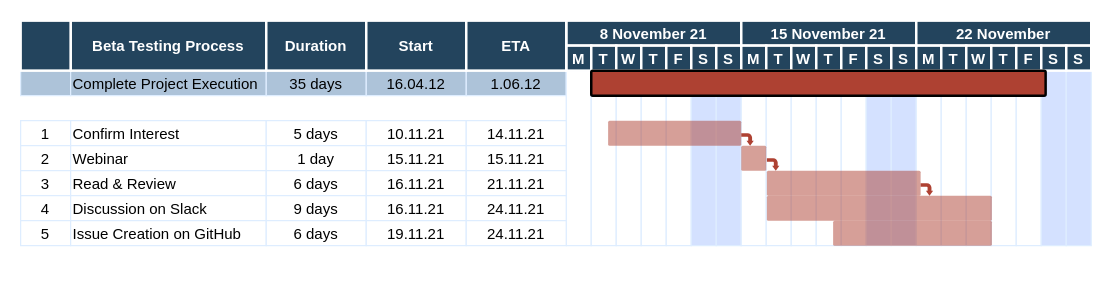
ohikendoit/data_architect_foundation keeps this draw.io diagram as gantt.drawio. Above is the earlier version. Source tidied: cells renumbered, new cells numbered last; positions are measured from the earlier drawing's top-left corner, leaving out a move shared by most shapes. Both pictures are drawn from the tidied source at 125%, with x=0, y=0 at pixel (20, 20).
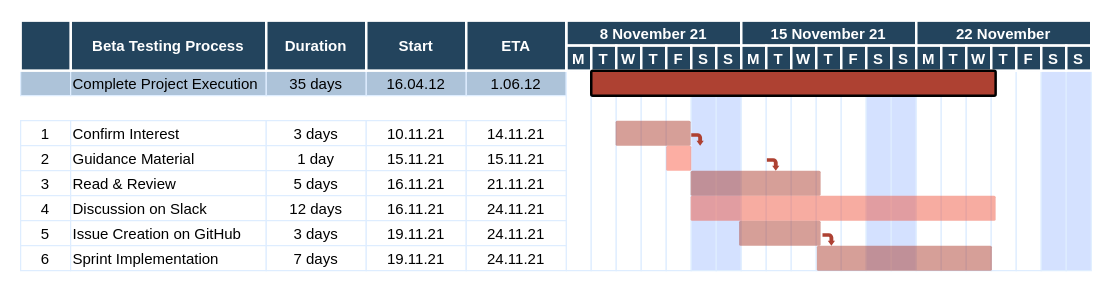
The same page after the edit.

The edit, as a diff of the source:
```diff
@@
     <mxCell id="7" style="strokeColor=#DEEDFF;" parent="1" vertex="1">
-      <mxGeometry x="436.5" y="40" width="20" height="140" as="geometry" />
+      <mxGeometry x="436.5" y="40" width="20" height="160" as="geometry" />
     </mxCell>
@@
-    <mxCell id="10" value="5 days" style="strokeColor=#DEEDFF;" parent="1" vertex="1">
+    <mxCell id="10" value="3 days" style="strokeColor=#DEEDFF;" parent="1" vertex="1">
       <mxGeometry x="196.5" y="80" width="80" height="20" as="geometry" />
     </mxCell>
@@
-    <mxCell id="14" value="Webinar" style="align=left;strokeColor=#DEEDFF;" parent="1" vertex="1">
+    <mxCell id="14" value="Guidance Material" style="align=left;strokeColor=#DEEDFF;" parent="1" vertex="1">
       <mxGeometry x="40" y="100" width="156.5" height="20" as="geometry" />
     </mxCell>
@@
-    <mxCell id="20" value="6 days" style="strokeColor=#DEEDFF;" parent="1" vertex="1">
+    <mxCell id="20" value="5 days" style="strokeColor=#DEEDFF;" parent="1" vertex="1">
       <mxGeometry x="196.5" y="120" width="80" height="20" as="geometry" />
     </mxCell>
@@
-    <mxCell id="25" value="9 days" style="strokeColor=#DEEDFF;" parent="1" vertex="1">
+    <mxCell id="25" value="12 days" style="strokeColor=#DEEDFF;" parent="1" vertex="1">
       <mxGeometry x="196.5" y="140" width="80" height="20" as="geometry" />
     </mxCell>
@@
-    <mxCell id="30" value="6 days" style="strokeColor=#DEEDFF;" parent="1" vertex="1">
+    <mxCell id="30" value="3 days" style="strokeColor=#DEEDFF;" parent="1" vertex="1">
       <mxGeometry x="196.5" y="160" width="80" height="20" as="geometry" />
     </mxCell>
@@
     <mxCell id="33" style="strokeColor=#DEEDFF;" parent="1" vertex="1">
-      <mxGeometry x="456.5" y="40" width="20" height="140" as="geometry" />
+      <mxGeometry x="456.5" y="40" width="20" height="160" as="geometry" />
     </mxCell>
     <mxCell id="34" style="strokeColor=#DEEDFF;" parent="1" vertex="1">
-      <mxGeometry x="476.5" y="40" width="20" height="140" as="geometry" />
+      <mxGeometry x="476.5" y="40" width="20" height="160" as="geometry" />
     </mxCell>
     <mxCell id="35" style="strokeColor=#DEEDFF;" parent="1" vertex="1">
-      <mxGeometry x="496.5" y="40" width="20" height="140" as="geometry" />
+      <mxGeometry x="496.5" y="40" width="20" height="160" as="geometry" />
     </mxCell>
     <mxCell id="36" style="strokeColor=#DEEDFF;" parent="1" vertex="1">
-      <mxGeometry x="516.5" y="40" width="20" height="140" as="geometry" />
+      <mxGeometry x="516.5" y="40" width="20" height="160" as="geometry" />
     </mxCell>
     <mxCell id="37" style="strokeColor=#DEEDFF;fillColor=#D4E1FF;" parent="1" vertex="1">
-      <mxGeometry x="536.5" y="40" width="20" height="140" as="geometry" />
+      <mxGeometry x="536.5" y="40" width="20" height="160" as="geometry" />
     </mxCell>
     <mxCell id="38" style="strokeColor=#DEEDFF;fillColor=#D4E1FF;" parent="1" vertex="1">
-      <mxGeometry x="556.5" y="40" width="20" height="140" as="geometry" />
+      <mxGeometry x="556.5" y="40" width="20" height="160" as="geometry" />
     </mxCell>
     <mxCell id="39" style="strokeColor=#DEEDFF;" parent="1" vertex="1">
-      <mxGeometry x="576.5" y="40" width="20" height="140" as="geometry" />
+      <mxGeometry x="576.5" y="40" width="20" height="160" as="geometry" />
     </mxCell>
     <mxCell id="40" style="strokeColor=#DEEDFF;" parent="1" vertex="1">
-      <mxGeometry x="596.5" y="40" width="20" height="140" as="geometry" />
+      <mxGeometry x="596.5" y="40" width="20" height="160" as="geometry" />
     </mxCell>
     <mxCell id="41" style="strokeColor=#DEEDFF;" parent="1" vertex="1">
-      <mxGeometry x="616.5" y="40" width="20" height="140" as="geometry" />
+      <mxGeometry x="616.5" y="40" width="20" height="160" as="geometry" />
     </mxCell>
     <mxCell id="42" style="strokeColor=#DEEDFF;" parent="1" vertex="1">
-      <mxGeometry x="636.5" y="40" width="20" height="140" as="geometry" />
+      <mxGeometry x="636.5" y="40" width="20" height="160" as="geometry" />
     </mxCell>
     <mxCell id="43" style="strokeColor=#DEEDFF;" parent="1" vertex="1">
-      <mxGeometry x="656.5" y="40" width="20" height="140" as="geometry" />
+      <mxGeometry x="656.5" y="40" width="20" height="160" as="geometry" />
     </mxCell>
     <mxCell id="44" style="strokeColor=#DEEDFF;fillColor=#D4E1FF;" parent="1" vertex="1">
-      <mxGeometry x="676.5" y="40" width="20" height="140" as="geometry" />
+      <mxGeometry x="676.5" y="40" width="20" height="160" as="geometry" />
     </mxCell>
     <mxCell id="45" style="strokeColor=#DEEDFF;fillColor=#D4E1FF;" parent="1" vertex="1">
-      <mxGeometry x="696.5" y="40" width="20" height="140" as="geometry" />
+      <mxGeometry x="696.5" y="40" width="20" height="160" as="geometry" />
     </mxCell>
     <mxCell id="46" style="strokeColor=#DEEDFF;" parent="1" vertex="1">
-      <mxGeometry x="716.5" y="40" width="20" height="140" as="geometry" />
+      <mxGeometry x="716.5" y="40" width="20" height="160" as="geometry" />
     </mxCell>
     <mxCell id="47" style="strokeColor=#DEEDFF;" parent="1" vertex="1">
-      <mxGeometry x="736.5" y="40" width="20" height="140" as="geometry" />
+      <mxGeometry x="736.5" y="40" width="20" height="160" as="geometry" />
     </mxCell>
     <mxCell id="48" style="strokeColor=#DEEDFF;" parent="1" vertex="1">
-      <mxGeometry x="756.5" y="40" width="20" height="140" as="geometry" />
+      <mxGeometry x="756.5" y="40" width="20" height="160" as="geometry" />
     </mxCell>
     <mxCell id="49" style="strokeColor=#DEEDFF;" parent="1" vertex="1">
-      <mxGeometry x="776.5" y="40" width="20" height="140" as="geometry" />
+      <mxGeometry x="776.5" y="40" width="20" height="160" as="geometry" />
     </mxCell>
     <mxCell id="50" style="strokeColor=#DEEDFF;" parent="1" vertex="1">
-      <mxGeometry x="796.5" y="40" width="20" height="140" as="geometry" />
+      <mxGeometry x="796.5" y="40" width="20" height="160" as="geometry" />
     </mxCell>
     <mxCell id="51" style="strokeColor=#DEEDFF;fillColor=#D4E1FF;" parent="1" vertex="1">
-      <mxGeometry x="816.5" y="40" width="20" height="140" as="geometry" />
+      <mxGeometry x="816.5" y="40" width="20" height="160" as="geometry" />
     </mxCell>
     <mxCell id="52" style="strokeColor=#DEEDFF;fillColor=#D4E1FF;" parent="1" vertex="1">
-      <mxGeometry x="836.5" y="40" width="20" height="140" as="geometry" />
+      <mxGeometry x="836.5" y="40" width="20" height="160" as="geometry" />
     </mxCell>
@@
     <mxCell id="82" style="shape=mxgraph.arrows.bent_right_arrow;fillColor=#AE4132;strokeColor=none;strokeWidth=2;direction=south;" parent="1" vertex="1">
-      <mxGeometry x="720" y="130" width="10" height="10" as="geometry" />
+      <mxGeometry x="641.5" y="170" width="10" height="10" as="geometry" />
     </mxCell>
     <mxCell id="83" style="shape=mxgraph.flowchart.process;fillColor=#AE4132;strokeColor=none;strokeWidth=2;opacity=50;" parent="1" vertex="1">
-      <mxGeometry x="470" y="80" width="106.5" height="20" as="geometry" />
+      <mxGeometry x="476" y="80" width="60" height="20" as="geometry" />
     </mxCell>
     <mxCell id="84" style="shape=mxgraph.flowchart.process;fillColor=#AE4132;strokeColor=#000000;strokeWidth=2;opacity=100;" parent="1" vertex="1">
-      <mxGeometry x="456.5" y="40" width="363.5" height="20" as="geometry" />
+      <mxGeometry x="456.5" y="40" width="323.5" height="20" as="geometry" />
     </mxCell>
-    <mxCell id="85" style="shape=mxgraph.flowchart.process;fillColor=#AE4132;strokeColor=none;strokeWidth=2;opacity=50;" parent="1" vertex="1">
-      <mxGeometry x="576.5" y="100" width="20" height="20" as="geometry" />
+    <mxCell id="85" style="shape=mxgraph.flowchart.process;fillColor=#FA5D48;strokeColor=none;strokeWidth=2;opacity=50;" parent="1" vertex="1">
+      <mxGeometry x="516.5" y="100" width="20" height="20" as="geometry" />
     </mxCell>
     <mxCell id="86" style="shape=mxgraph.flowchart.process;fillColor=#AE4132;strokeColor=none;strokeWidth=2;opacity=50;" parent="1" vertex="1">
-      <mxGeometry x="597" y="120" width="123" height="20" as="geometry" />
+      <mxGeometry x="536" y="120" width="104" height="20" as="geometry" />
     </mxCell>
-    <mxCell id="87" style="shape=mxgraph.flowchart.process;fillColor=#AE4132;strokeColor=none;strokeWidth=2;opacity=50;" parent="1" vertex="1">
-      <mxGeometry x="597" y="140" width="180" height="20" as="geometry" />
+    <mxCell id="87" style="shape=mxgraph.flowchart.process;fillColor=#F05A45;strokeColor=none;strokeWidth=2;opacity=50;" parent="1" vertex="1">
+      <mxGeometry x="536" y="140" width="244" height="20" as="geometry" />
     </mxCell>
     <mxCell id="88" style="shape=mxgraph.flowchart.process;fillColor=#AE4132;strokeColor=none;strokeWidth=2;opacity=50;" parent="1" vertex="1">
-      <mxGeometry x="650" y="160" width="127" height="20" as="geometry" />
+      <mxGeometry x="574.8" y="160" width="65.2" height="20" as="geometry" />
     </mxCell>
     <mxCell id="89" style="shape=mxgraph.arrows.bent_right_arrow;fillColor=#AE4132;strokeColor=none;strokeWidth=2;direction=south;" parent="1" vertex="1">
-      <mxGeometry x="576.5" y="90" width="10" height="10" as="geometry" />
+      <mxGeometry x="536.5" y="90" width="10" height="10" as="geometry" />
     </mxCell>
@@
+    <mxCell id="91" value="6" style="strokeColor=#DEEDFF;" parent="1" vertex="1">
+      <mxGeometry y="180" width="40" height="20" as="geometry" />
+    </mxCell>
+    <mxCell id="92" value="Sprint Implementation" style="align=left;strokeColor=#DEEDFF;" parent="1" vertex="1">
+      <mxGeometry x="40" y="180" width="156.5" height="20" as="geometry" />
+    </mxCell>
+    <mxCell id="93" value="7 days" style="strokeColor=#DEEDFF;" parent="1" vertex="1">
+      <mxGeometry x="196.5" y="180" width="80" height="20" as="geometry" />
+    </mxCell>
+    <mxCell id="94" value="19.11.21" style="strokeColor=#DEEDFF;" parent="1" vertex="1">
+      <mxGeometry x="276.5" y="180" width="80" height="20" as="geometry" />
+    </mxCell>
+    <mxCell id="95" value="24.11.21" style="strokeColor=#DEEDFF;" parent="1" vertex="1">
+      <mxGeometry x="356.5" y="180" width="80" height="20" as="geometry" />
+    </mxCell>
+    <mxCell id="96" style="shape=mxgraph.flowchart.process;fillColor=#AE4132;strokeColor=none;strokeWidth=2;opacity=50;" parent="1" vertex="1">
+      <mxGeometry x="637" y="180" width="140" height="20" as="geometry" />
+    </mxCell>
```
